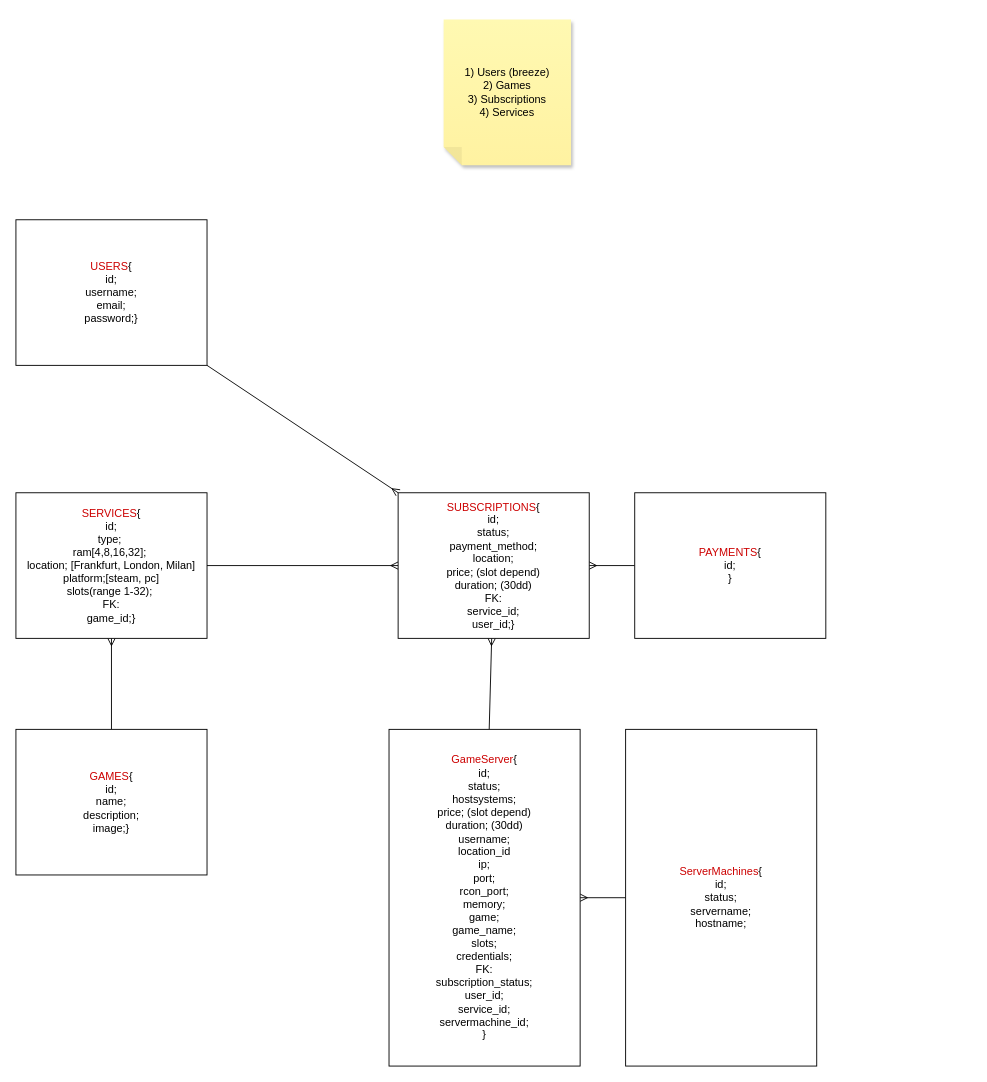
This is database.drawio from Vorshim92/Steam-Server, a draw.io file, before an edit. Source tidied: cells renumbered, new cells numbered last; positions are measured from the earlier drawing's top-left corner, leaving out a move shared by most shapes. Both pictures are drawn from the tidied source at 91%, with x=0, y=0 at pixel (15, 19).
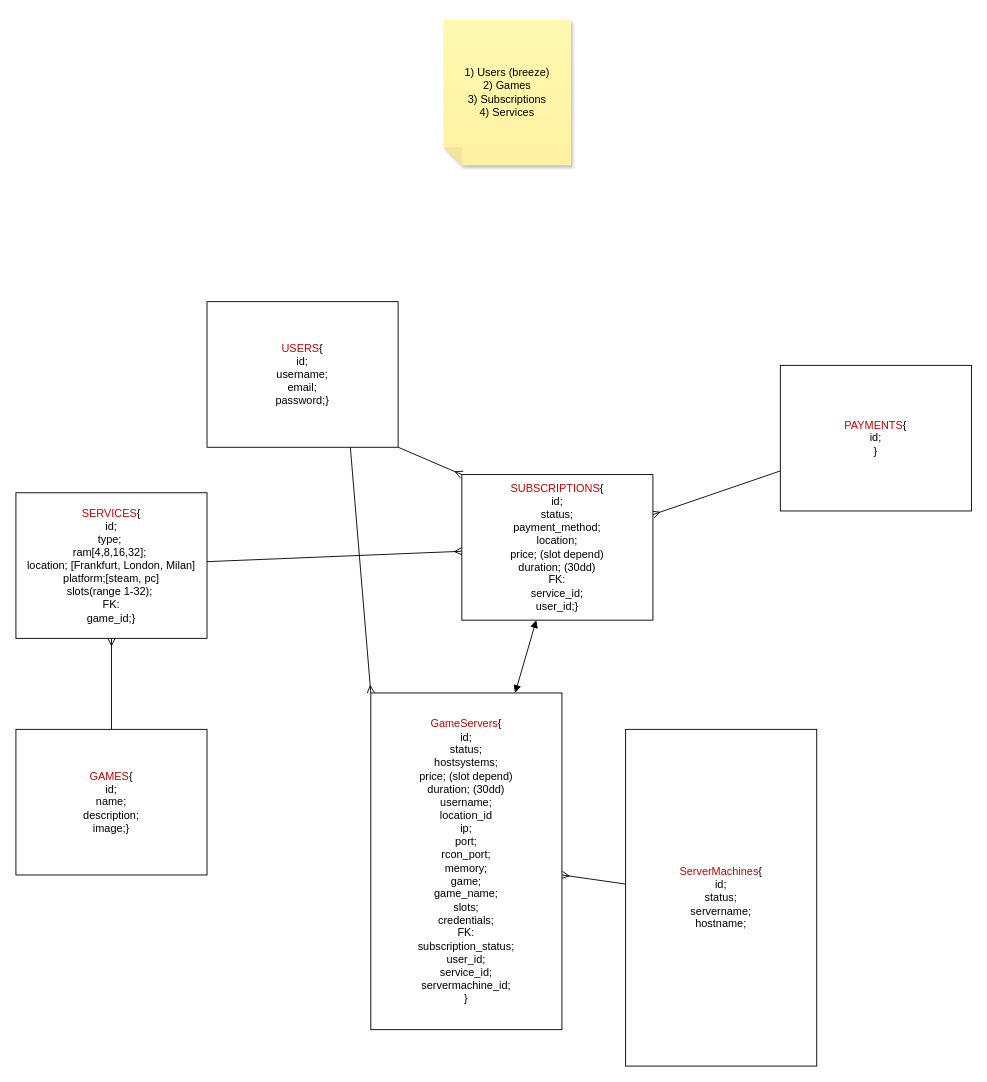
The same diagram, later.

Diff of the diagram source:
```diff
@@
 <mxGraphModel>
   <root>
     <mxCell id="0" />
     <mxCell id="1" parent="0" />
+    <mxCell id="16" style="edgeStyle=none;html=1;exitX=0.75;exitY=1;exitDx=0;exitDy=0;entryX=0;entryY=0;entryDx=0;entryDy=0;endArrow=ERmany;endFill=0;" parent="1" edge="1" source="2" target="14">
+      <mxGeometry relative="1" as="geometry" />
+    </mxCell>
     <mxCell id="2" value="&lt;font color=&quot;#cc0000&quot;&gt;USERS&lt;/font&gt;{&lt;br&gt;id;&lt;br&gt;username;&lt;br&gt;email;&lt;br&gt;password;}" style="whiteSpace=wrap;html=1;" parent="1" vertex="1">
-      <mxGeometry y="220" width="210" height="160" as="geometry" />
+      <mxGeometry x="210" y="310" width="210" height="160" as="geometry" />
     </mxCell>
     <mxCell id="3" style="edgeStyle=none;html=1;exitX=0.5;exitY=1;exitDx=0;exitDy=0;entryX=0.5;entryY=0;entryDx=0;entryDy=0;fontColor=#CC0000;startArrow=ERmany;startFill=0;endArrow=none;endFill=0;" parent="1" edge="1" source="4" target="5">
       <mxGeometry relative="1" as="geometry" />
     </mxCell>
     <mxCell id="4" value="&lt;font color=&quot;#cc0000&quot;&gt;SERVICES&lt;/font&gt;{&lt;br&gt;id;&lt;br&gt;type;&amp;nbsp;&lt;br&gt;ram[4,8,16,32];&amp;nbsp;&lt;br&gt;location; [Frankfurt, London, Milan]&lt;br&gt;platform;[steam, pc]&lt;br&gt;slots(range 1-32);&amp;nbsp;&lt;br&gt;FK:&lt;br&gt;game_id;}" style="whiteSpace=wrap;html=1;" parent="1" vertex="1">
       <mxGeometry y="520" width="210" height="160" as="geometry" />
     </mxCell>
     <mxCell id="5" value="&lt;font color=&quot;#cc0000&quot;&gt;GAMES&lt;/font&gt;{&lt;br&gt;id;&lt;br&gt;name;&lt;br&gt;description;&lt;br&gt;image;}" style="whiteSpace=wrap;html=1;" parent="1" vertex="1">
       <mxGeometry y="780" width="210" height="160" as="geometry" />
     </mxCell>
     <mxCell id="6" style="edgeStyle=none;html=1;startArrow=ERmany;startFill=0;endArrow=none;endFill=0;" parent="1" edge="1" source="10" target="4">
       <mxGeometry relative="1" as="geometry" />
     </mxCell>
     <mxCell id="7" style="edgeStyle=none;html=1;exitX=0;exitY=0;exitDx=0;exitDy=0;startArrow=ERmany;startFill=0;endArrow=none;endFill=0;entryX=1;entryY=1;entryDx=0;entryDy=0;" parent="1" edge="1" source="10" target="2">
       <mxGeometry relative="1" as="geometry" />
     </mxCell>
-    <mxCell id="8" style="edgeStyle=none;html=1;startArrow=ERmany;startFill=0;endArrow=none;endFill=0;" parent="1" edge="1" source="10" target="14">
+    <mxCell id="8" style="edgeStyle=none;html=1;startArrow=block;startFill=1;endArrow=block;endFill=1;" parent="1" edge="1" source="10" target="14">
       <mxGeometry relative="1" as="geometry" />
     </mxCell>
     <mxCell id="9" style="edgeStyle=none;html=1;startArrow=ERmany;startFill=0;endArrow=none;endFill=0;" parent="1" edge="1" source="10" target="12">
       <mxGeometry relative="1" as="geometry" />
     </mxCell>
     <mxCell id="10" value="&lt;font color=&quot;#cc0000&quot;&gt;SUBSCRIPTIONS&lt;/font&gt;{&lt;br&gt;id;&lt;br&gt;status;&lt;br&gt;payment_method;&lt;br&gt;location;&lt;br&gt;price; (slot depend)&lt;br&gt;duration; (30dd)&lt;br&gt;FK:&lt;br&gt;service_id;&lt;br&gt;user_id;}" style="whiteSpace=wrap;html=1;" parent="1" vertex="1">
-      <mxGeometry x="420" y="520" width="210" height="160" as="geometry" />
+      <mxGeometry x="490" y="500" width="210" height="160" as="geometry" />
     </mxCell>
     <mxCell id="11" value="1) Users (breeze)&lt;br&gt;2) Games&lt;br&gt;3) Subscriptions&lt;br&gt;4) Services" style="shape=note;whiteSpace=wrap;html=1;backgroundOutline=1;fontColor=#000000;darkOpacity=0.05;fillColor=#FFF9B2;strokeColor=none;fillStyle=solid;direction=west;gradientDirection=north;gradientColor=#FFF2A1;shadow=1;size=20;" parent="1" vertex="1">
       <mxGeometry x="470" width="140" height="160" as="geometry" />
     </mxCell>
     <mxCell id="12" value="&lt;font color=&quot;#cc0000&quot;&gt;PAYMENTS&lt;/font&gt;{&lt;br&gt;id;&lt;br&gt;}" style="whiteSpace=wrap;html=1;" parent="1" vertex="1">
-      <mxGeometry x="680" y="520" width="210" height="160" as="geometry" />
+      <mxGeometry x="840" y="380" width="210" height="160" as="geometry" />
     </mxCell>
     <mxCell id="13" style="edgeStyle=none;html=1;startArrow=ERmany;startFill=0;endArrow=none;endFill=0;" parent="1" edge="1" source="14" target="15">
       <mxGeometry relative="1" as="geometry" />
     </mxCell>
-    <mxCell id="14" value="&lt;font color=&quot;#cc0000&quot;&gt;GameServer&lt;/font&gt;{&lt;br&gt;id;&lt;br&gt;status;&lt;br&gt;hostsystems;&lt;br&gt;price; (slot depend)&lt;br&gt;duration; (30dd)&lt;br&gt;username;&lt;br&gt;location_id&lt;br&gt;ip;&lt;br&gt;port;&lt;br&gt;rcon_port;&lt;br&gt;memory;&lt;br&gt;game;&lt;br&gt;game_name;&lt;br&gt;slots;&lt;br&gt;credentials;&lt;br&gt;FK:&lt;br&gt;subscription_status;&lt;br&gt;user_id;&lt;br&gt;service_id;&lt;br&gt;servermachine_id;&lt;br&gt;}" style="whiteSpace=wrap;html=1;" parent="1" vertex="1">
-      <mxGeometry x="410" y="780" width="210" height="370" as="geometry" />
+    <mxCell id="14" value="&lt;font color=&quot;#cc0000&quot;&gt;GameServers&lt;/font&gt;{&lt;br&gt;id;&lt;br&gt;status;&lt;br&gt;hostsystems;&lt;br&gt;price; (slot depend)&lt;br&gt;duration; (30dd)&lt;br&gt;username;&lt;br&gt;location_id&lt;br&gt;ip;&lt;br&gt;port;&lt;br&gt;rcon_port;&lt;br&gt;memory;&lt;br&gt;game;&lt;br&gt;game_name;&lt;br&gt;slots;&lt;br&gt;credentials;&lt;br&gt;FK:&lt;br&gt;subscription_status;&lt;br&gt;user_id;&lt;br&gt;service_id;&lt;br&gt;servermachine_id;&lt;br&gt;}" style="whiteSpace=wrap;html=1;" parent="1" vertex="1">
+      <mxGeometry x="390" y="740" width="210" height="370" as="geometry" />
     </mxCell>
     <mxCell id="15" value="&lt;font color=&quot;#cc0000&quot;&gt;ServerMachines&lt;/font&gt;{&lt;br&gt;id;&lt;br&gt;status;&lt;br&gt;servername;&lt;br&gt;hostname;&lt;br&gt;" style="whiteSpace=wrap;html=1;" parent="1" vertex="1">
       <mxGeometry x="670" y="780" width="210" height="370" as="geometry" />
     </mxCell>
   </root>
 </mxGraphModel>
```
